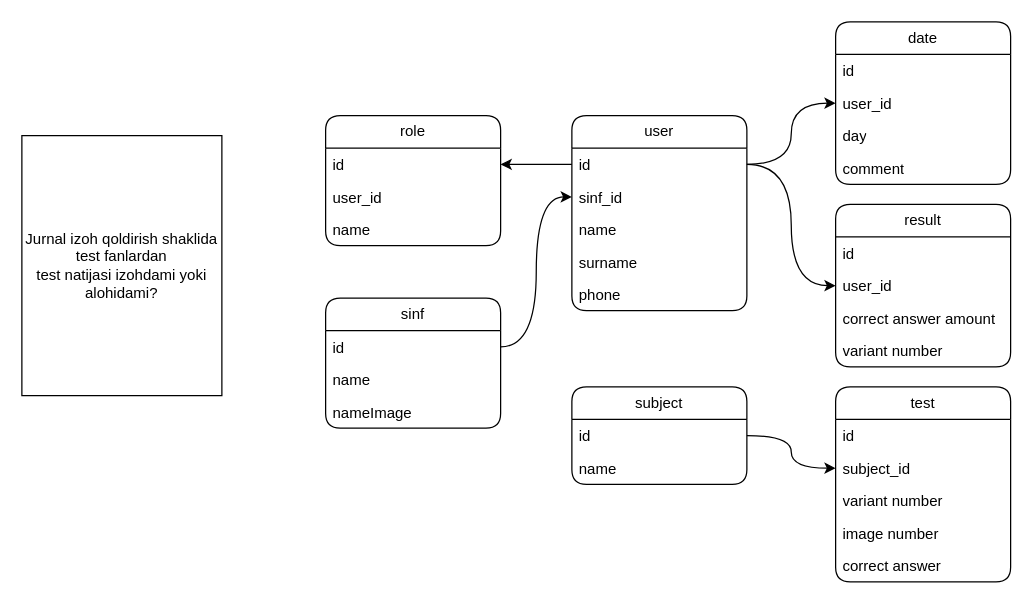
Above: Ixlos.drawio in MardonAslonov/DrawIo (draw.io), before the change. Source tidied: cells renumbered, new cells numbered last; positions are measured from the earlier drawing's top-left corner, leaving out a move shared by most shapes. Both pictures are drawn from the tidied source at 125%, with x=0, y=0 at pixel (21, 21).
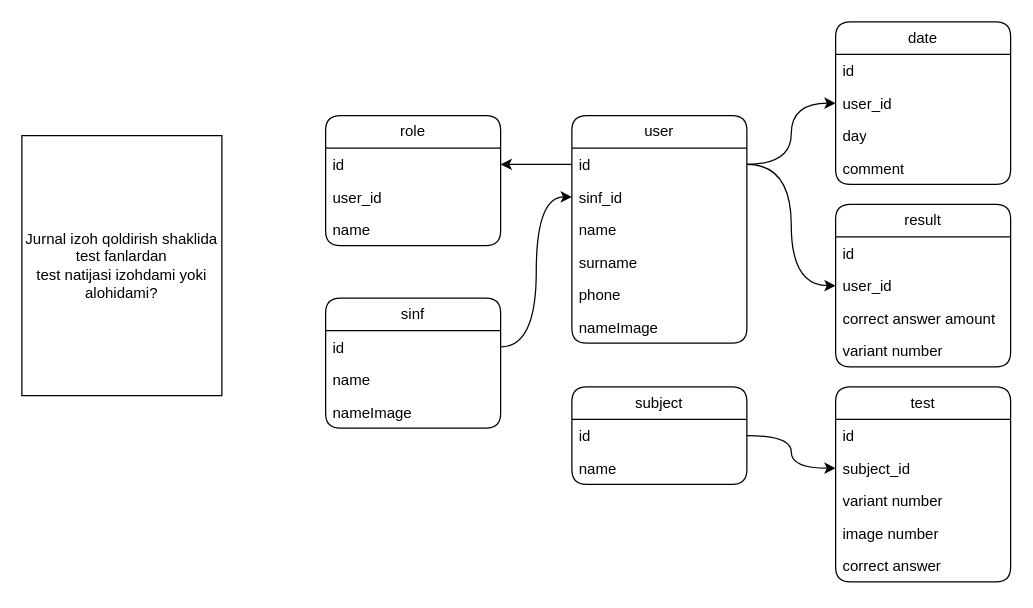
Above is the later version.

The edit, as a diff of the source:
```diff
@@
     <mxCell id="2" value="user" style="swimlane;fontStyle=0;horizontal=1;startSize=26;fillColor=none;whiteSpace=wrap;html=1;rounded=1;" parent="1" vertex="1">
-      <mxGeometry x="440" y="75" width="140" height="156" as="geometry" />
+      <mxGeometry x="440" y="75" width="140" height="182" as="geometry" />
     </mxCell>
@@
+    <mxCell id="41" value="nameImage" style="text;strokeColor=none;fillColor=none;align=left;verticalAlign=top;spacingLeft=4;spacingRight=4;overflow=hidden;whiteSpace=wrap;html=1;" parent="2" vertex="1">
+      <mxGeometry y="156" width="140" height="26" as="geometry" />
+    </mxCell>
```
